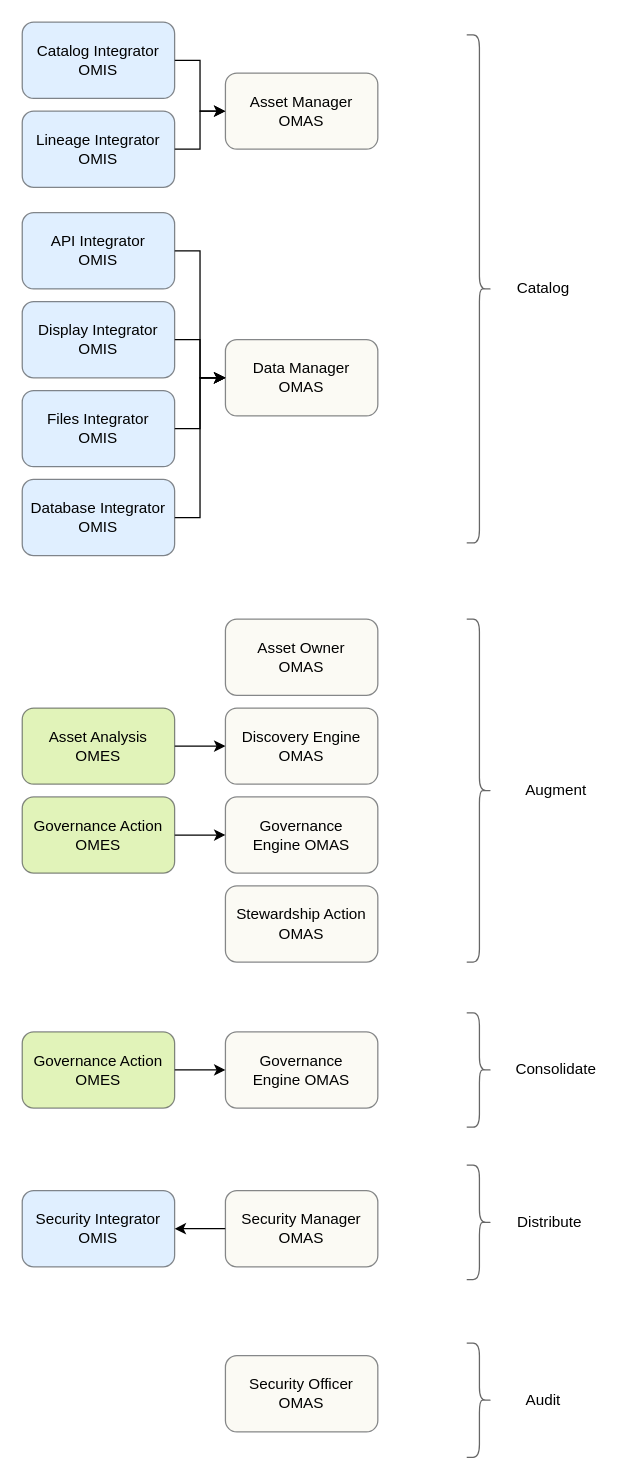
Before: page "technology" (4 of 5) of site/docs/features/synchronized-access-control/security-tags.drawio in odpi/egeria-docs, a draw.io diagram. Source tidied: cells renumbered, new cells numbered last; positions are measured from the earlier drawing's top-left corner, leaving out a move shared by most shapes. Both pictures are drawn from the tidied source at 127%, with x=0, y=0 at pixel (22, 22).
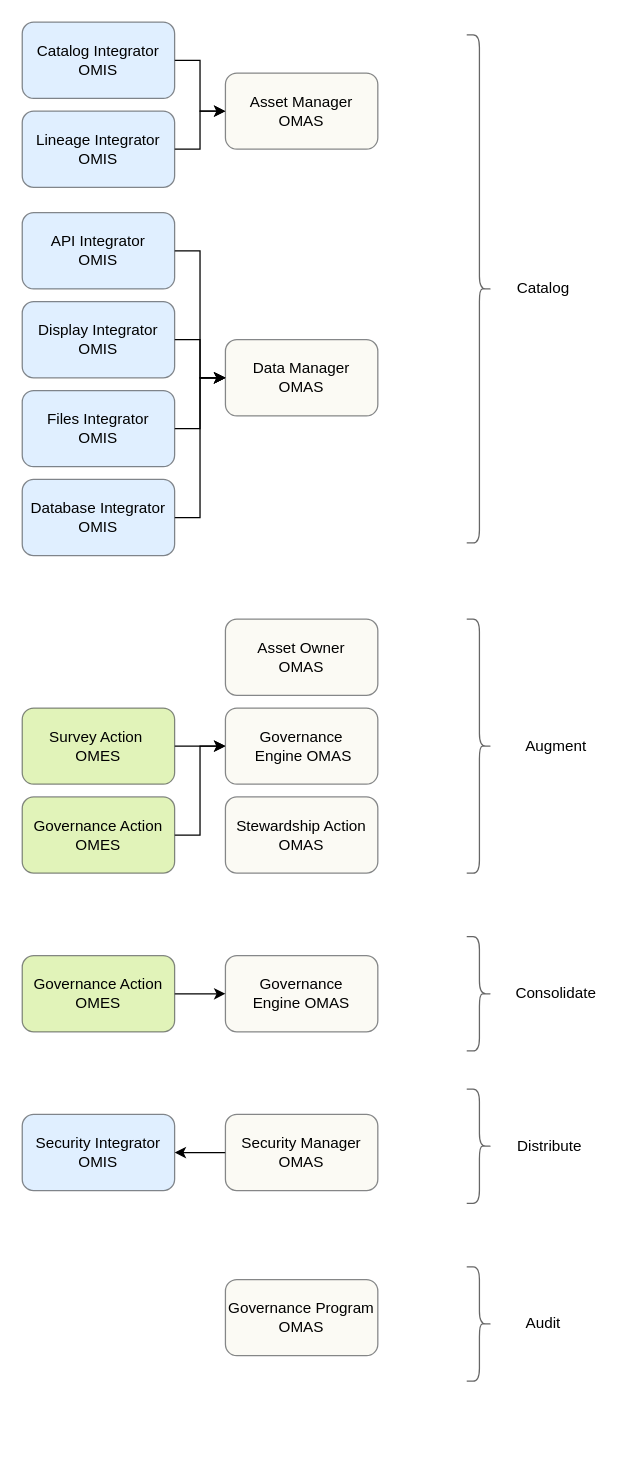
The same page after the edit.

The change refers to these unchanged cells:
```xml
<mxCell id="11" value="Governance Action&lt;br&gt;OMES" style="rounded=1;whiteSpace=wrap;html=1;fontSize=12;opacity=60;fillColor=#cdeb8b;strokeColor=#36393d;" parent="1" vertex="1">
  <mxGeometry y="610" width="120" height="60" as="geometry" />
</mxCell>
```

The edit, as a diff of the source:
```diff
@@
-    <mxCell id="2" value="Governance&lt;br&gt;Engine OMAS" style="rounded=1;whiteSpace=wrap;html=1;fontSize=12;opacity=60;fillColor=#f9f7ed;strokeColor=#36393d;" parent="1" vertex="1">
-      <mxGeometry x="160" y="610" width="120" height="60" as="geometry" />
-    </mxCell>
@@
     <mxCell id="4" value="Security Manager OMAS" style="rounded=1;whiteSpace=wrap;html=1;fontSize=12;opacity=60;fillColor=#f9f7ed;strokeColor=#36393d;" parent="1" vertex="1">
-      <mxGeometry x="160" y="920" width="120" height="60" as="geometry" />
+      <mxGeometry x="160" y="860" width="120" height="60" as="geometry" />
     </mxCell>
@@
-    <mxCell id="9" value="Asset Analysis&lt;br&gt;OMES" style="rounded=1;whiteSpace=wrap;html=1;fontSize=12;opacity=60;fillColor=#cdeb8b;strokeColor=#36393d;" parent="1" vertex="1">
+    <mxCell id="9" value="Survey Action&amp;nbsp;&lt;div&gt;OMES&lt;/div&gt;" style="rounded=1;whiteSpace=wrap;html=1;fontSize=12;opacity=60;fillColor=#cdeb8b;strokeColor=#36393d;" parent="1" vertex="1">
       <mxGeometry y="540" width="120" height="60" as="geometry" />
     </mxCell>
-    <mxCell id="10" style="edgeStyle=orthogonalEdgeStyle;rounded=0;jettySize=auto;html=1;entryX=0;entryY=0.5;entryDx=0;entryDy=0;fontSize=12;fillColor=#ffffff;" parent="1" edge="1" source="11" target="2">
+    <mxCell id="10" style="edgeStyle=orthogonalEdgeStyle;rounded=0;jettySize=auto;html=1;entryX=0;entryY=0.5;entryDx=0;entryDy=0;fontSize=12;fillColor=#ffffff;" parent="1" edge="1" source="11" target="35">
       <mxGeometry relative="1" as="geometry" />
     </mxCell>
@@
     <mxCell id="12" value="Security Integrator&lt;br&gt;OMIS" style="rounded=1;whiteSpace=wrap;html=1;fontSize=12;opacity=60;fillColor=#cce5ff;strokeColor=#36393d;" parent="1" vertex="1">
-      <mxGeometry y="920" width="120" height="60" as="geometry" />
+      <mxGeometry y="860" width="120" height="60" as="geometry" />
     </mxCell>
@@
     <mxCell id="14" value="Stewardship Action OMAS" style="rounded=1;whiteSpace=wrap;html=1;fontSize=12;opacity=60;fillColor=#f9f7ed;strokeColor=#36393d;" parent="1" vertex="1">
-      <mxGeometry x="160" y="680" width="120" height="60" as="geometry" />
+      <mxGeometry x="160" y="610" width="120" height="60" as="geometry" />
     </mxCell>
-    <mxCell id="15" value="Security Officer OMAS" style="rounded=1;whiteSpace=wrap;html=1;fontSize=12;opacity=60;fillColor=#f9f7ed;strokeColor=#36393d;" parent="1" vertex="1">
-      <mxGeometry x="160" y="1050" width="120" height="60" as="geometry" />
+    <mxCell id="15" value="Governance Program OMAS" style="rounded=1;whiteSpace=wrap;html=1;fontSize=12;opacity=60;fillColor=#f9f7ed;strokeColor=#36393d;" parent="1" vertex="1">
+      <mxGeometry x="160" y="990" width="120" height="60" as="geometry" />
     </mxCell>
@@
     <mxCell id="29" style="shape=curlyBracket;whiteSpace=wrap;html=1;rounded=1;flipH=1;fontSize=12;opacity=60;" parent="1" vertex="1">
-      <mxGeometry x="350" y="470" width="20" height="270" as="geometry" />
+      <mxGeometry x="350" y="470" width="20" height="200" as="geometry" />
     </mxCell>
     <mxCell id="30" value="Augment" style="text;html=1;align=center;verticalAlign=middle;strokeColor=none;fontSize=12;" parent="1" vertex="1">
-      <mxGeometry x="390" y="595" width="60" height="20" as="geometry" />
+      <mxGeometry x="390" y="560" width="60" height="20" as="geometry" />
     </mxCell>
     <mxCell id="31" style="shape=curlyBracket;whiteSpace=wrap;html=1;rounded=1;flipH=1;fontSize=12;opacity=60;" parent="1" vertex="1">
-      <mxGeometry x="350" y="900" width="20" height="90" as="geometry" />
+      <mxGeometry x="350" y="840" width="20" height="90" as="geometry" />
     </mxCell>
     <mxCell id="32" value="Distribute" style="text;html=1;align=center;verticalAlign=middle;strokeColor=none;fontSize=12;" parent="1" vertex="1">
-      <mxGeometry x="380" y="935" width="70" height="20" as="geometry" />
+      <mxGeometry x="380" y="875" width="70" height="20" as="geometry" />
     </mxCell>
     <mxCell id="33" style="shape=curlyBracket;whiteSpace=wrap;html=1;rounded=1;flipH=1;fontSize=12;opacity=60;" parent="1" vertex="1">
-      <mxGeometry x="350" y="1040" width="20" height="90" as="geometry" />
+      <mxGeometry x="350" y="980" width="20" height="90" as="geometry" />
     </mxCell>
     <mxCell id="34" value="Audit" style="text;html=1;align=center;verticalAlign=middle;strokeColor=none;fontSize=12;" parent="1" vertex="1">
-      <mxGeometry x="390" y="1075" width="40" height="20" as="geometry" />
+      <mxGeometry x="390" y="1015" width="40" height="20" as="geometry" />
     </mxCell>
-    <mxCell id="35" value="Discovery Engine OMAS" style="rounded=1;whiteSpace=wrap;html=1;fontSize=12;opacity=60;fillColor=#f9f7ed;strokeColor=#36393d;" parent="1" vertex="1">
+    <mxCell id="35" value="Governance&lt;div&gt;&amp;nbsp;Engine OMAS&lt;/div&gt;" style="rounded=1;whiteSpace=wrap;html=1;fontSize=12;opacity=60;fillColor=#f9f7ed;strokeColor=#36393d;" parent="1" vertex="1">
       <mxGeometry x="160" y="540" width="120" height="60" as="geometry" />
     </mxCell>
     <mxCell id="36" style="shape=curlyBracket;whiteSpace=wrap;html=1;rounded=1;flipH=1;fontSize=12;opacity=60;" parent="1" vertex="1">
-      <mxGeometry x="350" y="780" width="20" height="90" as="geometry" />
+      <mxGeometry x="350" y="720" width="20" height="90" as="geometry" />
     </mxCell>
     <mxCell id="37" value="Consolidate" style="text;html=1;align=center;verticalAlign=middle;strokeColor=none;fontSize=12;" parent="1" vertex="1">
-      <mxGeometry x="380" y="815" width="80" height="20" as="geometry" />
+      <mxGeometry x="380" y="755" width="80" height="20" as="geometry" />
     </mxCell>
     <mxCell id="38" value="Governance&lt;br&gt;Engine OMAS" style="rounded=1;whiteSpace=wrap;html=1;fontSize=12;opacity=60;fillColor=#f9f7ed;strokeColor=#36393d;" parent="1" vertex="1">
-      <mxGeometry x="160" y="795" width="120" height="60" as="geometry" />
+      <mxGeometry x="160" y="735" width="120" height="60" as="geometry" />
     </mxCell>
@@
     <mxCell id="40" value="Governance Action&lt;br&gt;OMES" style="rounded=1;whiteSpace=wrap;html=1;fontSize=12;opacity=60;fillColor=#cdeb8b;strokeColor=#36393d;" parent="1" vertex="1">
-      <mxGeometry y="795" width="120" height="60" as="geometry" />
+      <mxGeometry y="735" width="120" height="60" as="geometry" />
     </mxCell>
```
